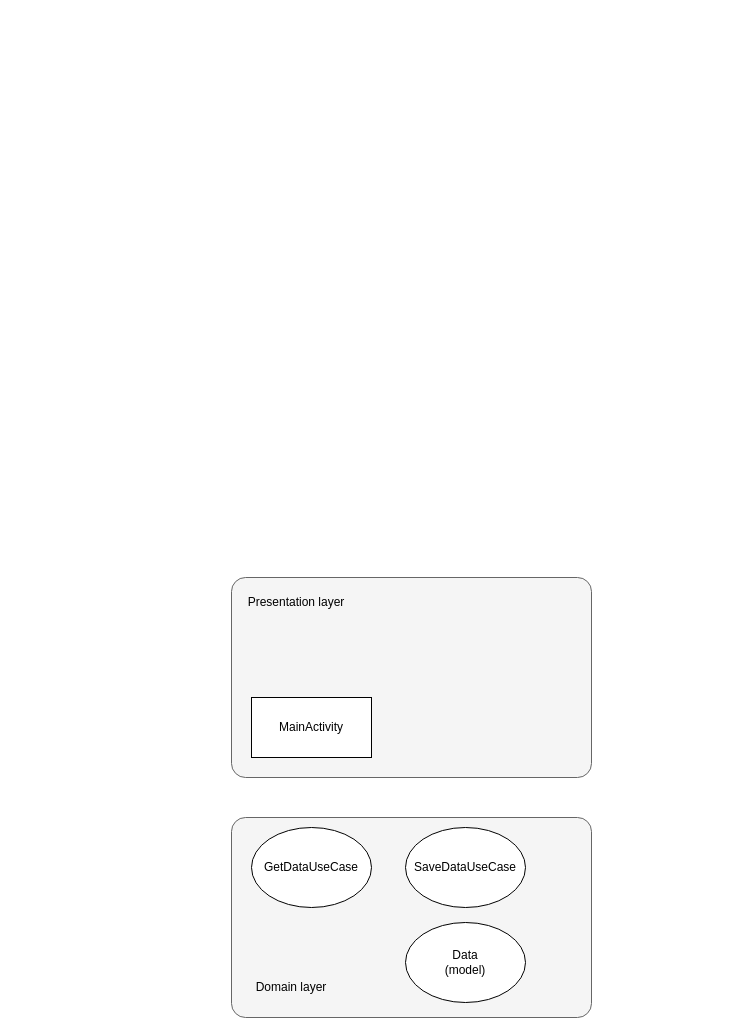
Earlier version of the draw.io diagram architecture diagram.drawio (vlatrof/android-clean-architecture-demo). Source tidied: cells renumbered, new cells numbered last; positions are measured from the earlier drawing's top-left corner, leaving out a move shared by most shapes. Both pictures are drawn from the tidied source at 100%, with x=0, y=0 at pixel (231, 577).
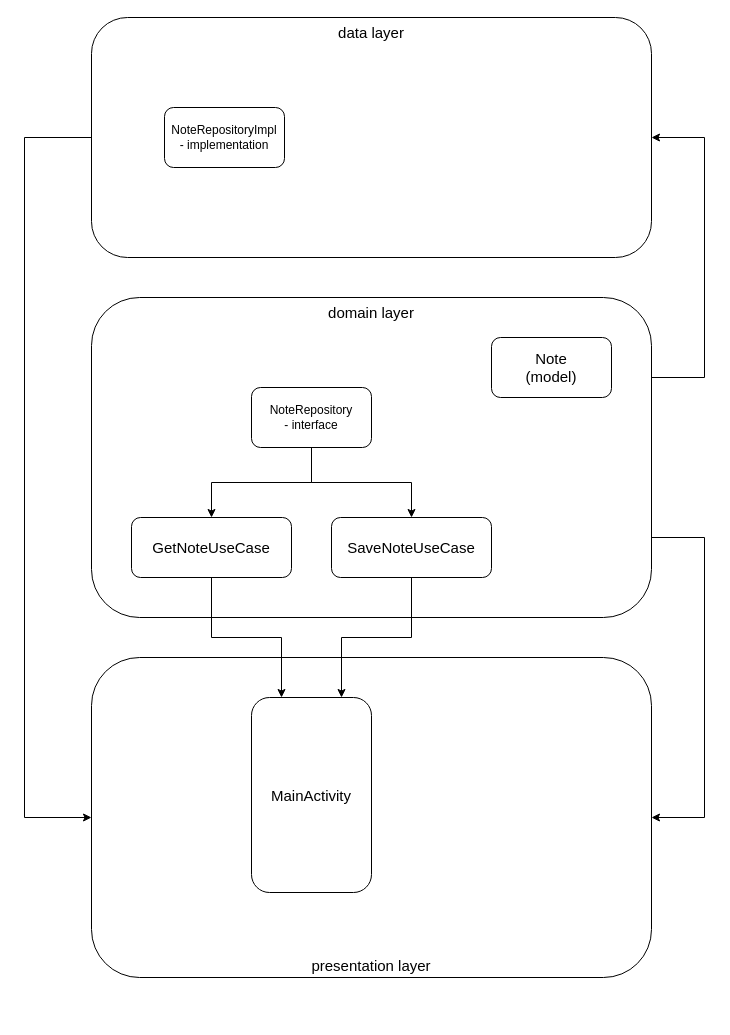
The same page after the edit.

What changed in the source:
```diff
@@
-    <mxCell id="2" style="group;rounded=1;arcSize=7;fillColor=#f5f5f5;strokeColor=#666666;fontColor=#333333;" parent="1" vertex="1">
-      <mxGeometry width="360" height="200" as="geometry" />
-    </mxCell>
+    <mxCell id="10" style="edgeStyle=orthogonalEdgeStyle;rounded=0;jettySize=auto;html=1;exitX=0;exitY=0.5;exitDx=0;exitDy=0;entryX=0;entryY=0.5;entryDx=0;entryDy=0;fontSize=15;" parent="1" edge="1" source="11" target="15">
+      <mxGeometry relative="1" as="geometry">
+        <Array as="points">
+          <mxPoint x="-207" y="-440" />
+          <mxPoint x="-207" y="240" />
+        </Array>
+      </mxGeometry>
+    </mxCell>
+    <mxCell id="11" value="data layer" style="rounded=1;whiteSpace=wrap;html=1;verticalAlign=top;fontSize=15;" parent="1" vertex="1">
+      <mxGeometry x="-140" y="-560" width="560" height="240" as="geometry" />
+    </mxCell>
+    <mxCell id="12" style="edgeStyle=orthogonalEdgeStyle;rounded=0;jettySize=auto;html=1;entryX=1;entryY=0.5;entryDx=0;entryDy=0;fontSize=15;exitX=1;exitY=0.75;exitDx=0;exitDy=0;" parent="1" edge="1" source="14" target="15">
+      <mxGeometry relative="1" as="geometry">
+        <Array as="points">
+          <mxPoint x="473" y="-40" />
+          <mxPoint x="473" y="240" />
+        </Array>
+      </mxGeometry>
+    </mxCell>
+    <mxCell id="13" style="edgeStyle=orthogonalEdgeStyle;rounded=0;jettySize=auto;html=1;exitX=1;exitY=0.25;exitDx=0;exitDy=0;entryX=1;entryY=0.5;entryDx=0;entryDy=0;fontSize=15;" parent="1" edge="1" source="14" target="11">
+      <mxGeometry relative="1" as="geometry">
+        <Array as="points">
+          <mxPoint x="473" y="-200" />
+          <mxPoint x="473" y="-440" />
+        </Array>
+      </mxGeometry>
+    </mxCell>
+    <mxCell id="14" value="domain layer" style="rounded=1;whiteSpace=wrap;html=1;verticalAlign=top;fontSize=15;" parent="1" vertex="1">
+      <mxGeometry x="-140" y="-280" width="560" height="320" as="geometry" />
+    </mxCell>
+    <mxCell id="15" value="presentation layer" style="rounded=1;whiteSpace=wrap;html=1;verticalAlign=bottom;fontSize=15;" parent="1" vertex="1">
+      <mxGeometry x="-140" y="80" width="560" height="320" as="geometry" />
+    </mxCell>
-    <mxCell id="3" value="MainActivity" style="rounded=0;whiteSpace=wrap;html=1;" parent="1" vertex="1">
-      <mxGeometry x="20" y="120" width="120" height="60" as="geometry" />
+    <mxCell id="3" value="MainActivity" style="rounded=1;whiteSpace=wrap;html=1;fontSize=15;" parent="1" vertex="1">
+      <mxGeometry x="20" y="120" width="120" height="195" as="geometry" />
     </mxCell>
-    <mxCell id="4" value="Presentation layer&lt;br&gt;" style="text;html=1;strokeColor=none;fillColor=none;align=center;verticalAlign=middle;whiteSpace=wrap;rounded=0;" parent="1" vertex="1">
-      <mxGeometry x="10" y="10" width="110" height="30" as="geometry" />
-    </mxCell>
-    <mxCell id="5" style="group;rounded=1;arcSize=7;fillColor=#f5f5f5;strokeColor=#666666;fontColor=#333333;" parent="1" vertex="1">
-      <mxGeometry y="240" width="360" height="200" as="geometry" />
-    </mxCell>
-    <mxCell id="6" value="Domain layer" style="text;html=1;strokeColor=none;fillColor=none;align=center;verticalAlign=middle;whiteSpace=wrap;rounded=0;" parent="1" vertex="1">
-      <mxGeometry x="20" y="395" width="80" height="30" as="geometry" />
-    </mxCell>
-    <mxCell id="7" value="GetDataUseCase" style="ellipse;whiteSpace=wrap;html=1;rounded=1;fillColor=default;gradientColor=none;" parent="1" vertex="1">
-      <mxGeometry x="20" y="250" width="120" height="80" as="geometry" />
-    </mxCell>
-    <mxCell id="8" value="SaveDataUseCase" style="ellipse;whiteSpace=wrap;html=1;rounded=1;fillColor=default;gradientColor=none;" parent="1" vertex="1">
-      <mxGeometry x="174" y="250" width="120" height="80" as="geometry" />
-    </mxCell>
-    <mxCell id="9" value="Data&lt;br&gt;(model)" style="ellipse;whiteSpace=wrap;html=1;rounded=1;fillColor=default;gradientColor=none;" parent="1" vertex="1">
-      <mxGeometry x="174" y="345" width="120" height="80" as="geometry" />
-    </mxCell>
+    <mxCell id="16" value="Note&lt;br&gt;(model)" style="rounded=1;whiteSpace=wrap;html=1;fontSize=15;" parent="1" vertex="1">
+      <mxGeometry x="260" y="-240" width="120" height="60" as="geometry" />
+    </mxCell>
+    <mxCell id="17" style="edgeStyle=orthogonalEdgeStyle;rounded=0;jettySize=auto;html=1;exitX=0.5;exitY=1;exitDx=0;exitDy=0;entryX=0.25;entryY=0;entryDx=0;entryDy=0;fontSize=15;" parent="1" edge="1" source="18" target="3">
+      <mxGeometry relative="1" as="geometry" />
+    </mxCell>
+    <mxCell id="18" value="GetNoteUseCase" style="rounded=1;whiteSpace=wrap;html=1;fontSize=15;" parent="1" vertex="1">
+      <mxGeometry x="-100" y="-60" width="160" height="60" as="geometry" />
+    </mxCell>
+    <mxCell id="19" style="edgeStyle=orthogonalEdgeStyle;rounded=0;jettySize=auto;html=1;exitX=0.5;exitY=1;exitDx=0;exitDy=0;entryX=0.75;entryY=0;entryDx=0;entryDy=0;fontSize=15;" parent="1" edge="1" source="20" target="3">
+      <mxGeometry relative="1" as="geometry" />
+    </mxCell>
+    <mxCell id="20" value="SaveNoteUseCase" style="rounded=1;whiteSpace=wrap;html=1;fontSize=15;" parent="1" vertex="1">
+      <mxGeometry x="100" y="-60" width="160" height="60" as="geometry" />
+    </mxCell>
+    <mxCell id="21" style="edgeStyle=orthogonalEdgeStyle;rounded=0;jettySize=auto;html=1;exitX=0.5;exitY=1;exitDx=0;exitDy=0;entryX=0.5;entryY=0;entryDx=0;entryDy=0;fontSize=15;" parent="1" edge="1" source="23" target="18">
+      <mxGeometry relative="1" as="geometry" />
+    </mxCell>
+    <mxCell id="22" style="edgeStyle=orthogonalEdgeStyle;rounded=0;jettySize=auto;html=1;exitX=0.5;exitY=1;exitDx=0;exitDy=0;entryX=0.5;entryY=0;entryDx=0;entryDy=0;fontSize=15;" parent="1" edge="1" source="23" target="20">
+      <mxGeometry relative="1" as="geometry" />
+    </mxCell>
+    <mxCell id="23" value="NoteRepository&lt;br&gt;- interface" style="rounded=1;whiteSpace=wrap;html=1;" parent="1" vertex="1">
+      <mxGeometry x="20" y="-190" width="120" height="60" as="geometry" />
+    </mxCell>
+    <mxCell id="24" value="NoteRepositoryImpl&lt;br&gt;- implementation" style="rounded=1;whiteSpace=wrap;html=1;" parent="1" vertex="1">
+      <mxGeometry x="-67" y="-470" width="120" height="60" as="geometry" />
+    </mxCell>
```
